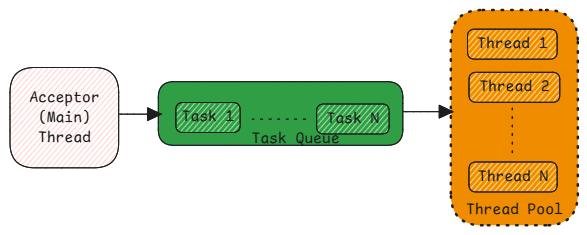
Before: static/img/threads.excalidraw.png, a diagram exported from Excalidraw (swaroopar/inprogress-engineer). Source tidied: one line per element, renumbered; positions are measured from the earlier drawing's top-left corner, leaving out a move shared by most shapes. The source it was exported from:
```json
{"id": 0, "type": "rectangle", "strokeColor": "#1e1e1e", "backgroundColor": "#f08c00", "fillStyle": "solid", "strokeWidth": 2, "strokeStyle": "dotted", "roughness": 0, "round": true, "x": 441, "y": 0, "width": 127, "height": 215}
{"id": 1, "type": "text", "text": "Thread Pool", "strokeColor": "#1e1e1e", "strokeWidth": 2, "strokeStyle": "dotted", "roughness": 1, "fontSize": 16, "fontFamily": 8, "textAlign": "center", "verticalAlign": "bottom", "inside": 0, "x": 456, "y": 190, "width": 97, "height": 20}
{"id": 2, "type": "rectangle", "strokeColor": "#1e1e1e", "backgroundColor": "#ffec99", "fillStyle": "hachure", "strokeWidth": 1, "roughness": 0, "round": true, "x": 458, "y": 19, "width": 90, "height": 30}
{"id": 3, "type": "text", "text": "Thread 1", "strokeColor": "#1e1e1e", "strokeWidth": 1, "roughness": 1, "fontSize": 16, "fontFamily": 8, "textAlign": "center", "verticalAlign": "middle", "inside": 2, "x": 467, "y": 24, "width": 70, "height": 20}
{"id": 4, "type": "rectangle", "strokeColor": "#1e1e1e", "backgroundColor": "#ffec99", "fillStyle": "hachure", "strokeWidth": 1, "roughness": 0, "round": true, "x": 459, "y": 152, "width": 88, "height": 30}
{"id": 5, "type": "text", "text": "Thread N", "strokeColor": "#1e1e1e", "strokeWidth": 1, "roughness": 1, "fontSize": 16, "fontFamily": 8, "textAlign": "center", "verticalAlign": "middle", "inside": 4, "x": 468, "y": 157, "width": 70, "height": 20}
{"id": 6, "type": "rectangle", "strokeColor": "#1e1e1e", "backgroundColor": "#ffec99", "fillStyle": "hachure", "strokeWidth": 1, "roughness": 0, "round": true, "x": 459, "y": 62, "width": 91, "height": 30}
{"id": 7, "type": "text", "text": "Thread 2", "strokeColor": "#1e1e1e", "strokeWidth": 1, "roughness": 1, "fontSize": 16, "fontFamily": 8, "textAlign": "center", "verticalAlign": "middle", "inside": 6, "x": 469, "y": 67, "width": 70, "height": 20}
{"id": 8, "type": "line", "strokeColor": "#1e1e1e", "strokeWidth": 1, "strokeStyle": "dotted", "roughness": 0, "endArrowhead": "triangle", "round": true, "x": 502, "y": 98, "width": 0, "height": 51, "points": [[0, 0], [0, 51]]}
{"id": 9, "type": "rectangle", "strokeColor": "#1e1e1e", "backgroundColor": "#2f9e44", "fillStyle": "solid", "strokeWidth": 1, "roughness": 0, "round": true, "x": 148, "y": 72, "width": 244, "height": 64}
{"id": 10, "type": "rectangle", "strokeColor": "#1e1e1e", "backgroundColor": "#b2f2bb", "fillStyle": "hachure", "strokeWidth": 1, "roughness": 0, "round": true, "x": 166, "y": 92, "width": 64, "height": 30}
{"id": 11, "type": "text", "text": "Task 1", "strokeColor": "#1e1e1e", "strokeWidth": 1, "roughness": 0, "fontSize": 16, "fontFamily": 8, "textAlign": "center", "verticalAlign": "middle", "inside": 10, "x": 172, "y": 97, "width": 53, "height": 20}
{"id": 12, "type": "rectangle", "strokeColor": "#1e1e1e", "backgroundColor": "#b2f2bb", "fillStyle": "hachure", "strokeWidth": 1, "roughness": 0, "round": true, "x": 307, "y": 94, "width": 73, "height": 30}
{"id": 13, "type": "text", "text": "Task N", "strokeColor": "#1e1e1e", "strokeWidth": 1, "roughness": 0, "fontSize": 16, "fontFamily": 8, "textAlign": "center", "verticalAlign": "middle", "inside": 12, "x": 316, "y": 99, "width": 53, "height": 20}
{"id": 14, "type": "line", "strokeColor": "#1e1e1e", "strokeWidth": 1, "strokeStyle": "dotted", "roughness": 0, "endArrowhead": "triangle", "round": true, "x": 242, "y": 109, "width": 56, "height": 0, "points": [[0, 0], [56, 0]]}
{"id": 15, "type": "rectangle", "strokeColor": "#1e1e1e", "backgroundColor": "#ffc9c9", "fillStyle": "hachure", "strokeWidth": 1, "roughness": 0, "round": true, "x": 0, "y": 57, "width": 109, "height": 100}
{"id": 16, "type": "text", "text": "Acceptor\n(Main)\nThread", "strokeColor": "#1e1e1e", "strokeWidth": 1, "strokeStyle": "dotted", "roughness": 0, "fontSize": 16, "fontFamily": 8, "textAlign": "center", "verticalAlign": "middle", "inside": 15, "x": 19, "y": 78, "width": 70, "height": 60}
{"id": 17, "type": "arrow", "strokeColor": "#1e1e1e", "strokeWidth": 1, "roughness": 0, "endArrowhead": "triangle", "round": true, "x": 109, "y": 104, "width": 42, "height": 0, "points": [[0, 0], [42, 0]]}
{"id": 18, "type": "arrow", "strokeColor": "#1e1e1e", "strokeWidth": 1, "roughness": 0, "endArrowhead": "triangle", "round": true, "x": 393, "y": 102, "width": 49, "height": 0, "points": [[0, 0], [49, 0]]}
{"id": 19, "type": "text", "text": "Task Queue", "strokeColor": "#1e1e1e", "backgroundColor": "#f08c00", "fillStyle": "solid", "strokeWidth": 1, "roughness": 0, "fontSize": 16, "fontFamily": 8, "x": 241, "y": 119, "width": 88, "height": 20}
```
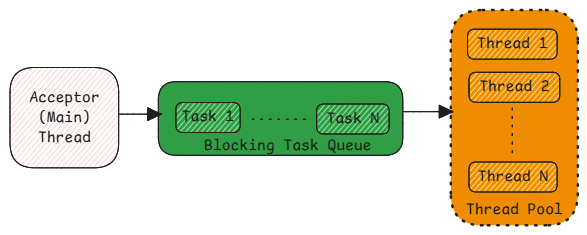
Above is the later version.

Commit message:
refactor java threads and stack docs

Diff of the diagram source:
```diff
@@ -7,7 +7,7 @@
 {"id": 6, "type": "rectangle", "strokeColor": "#1e1e1e", "backgroundColor": "#ffec99", "fillStyle": "hachure", "strokeWidth": 1, "roughness": 0, "round": true, "x": 459, "y": 62, "width": 91, "height": 30}
 {"id": 7, "type": "text", "text": "Thread 2", "strokeColor": "#1e1e1e", "strokeWidth": 1, "roughness": 1, "fontSize": 16, "fontFamily": 8, "textAlign": "center", "verticalAlign": "middle", "inside": 6, "x": 469, "y": 67, "width": 70, "height": 20}
 {"id": 8, "type": "line", "strokeColor": "#1e1e1e", "strokeWidth": 1, "strokeStyle": "dotted", "roughness": 0, "endArrowhead": "triangle", "round": true, "x": 502, "y": 98, "width": 0, "height": 51, "points": [[0, 0], [0, 51]]}
-{"id": 9, "type": "rectangle", "strokeColor": "#1e1e1e", "backgroundColor": "#2f9e44", "fillStyle": "solid", "strokeWidth": 1, "roughness": 0, "round": true, "x": 148, "y": 72, "width": 244, "height": 64}
+{"id": 9, "type": "rectangle", "strokeColor": "#1e1e1e", "backgroundColor": "#2f9e44", "fillStyle": "solid", "strokeWidth": 1, "roughness": 0, "round": true, "x": 148, "y": 72, "width": 244, "height": 74}
 {"id": 10, "type": "rectangle", "strokeColor": "#1e1e1e", "backgroundColor": "#b2f2bb", "fillStyle": "hachure", "strokeWidth": 1, "roughness": 0, "round": true, "x": 166, "y": 92, "width": 64, "height": 30}
 {"id": 11, "type": "text", "text": "Task 1", "strokeColor": "#1e1e1e", "strokeWidth": 1, "roughness": 0, "fontSize": 16, "fontFamily": 8, "textAlign": "center", "verticalAlign": "middle", "inside": 10, "x": 172, "y": 97, "width": 53, "height": 20}
 {"id": 12, "type": "rectangle", "strokeColor": "#1e1e1e", "backgroundColor": "#b2f2bb", "fillStyle": "hachure", "strokeWidth": 1, "roughness": 0, "round": true, "x": 307, "y": 94, "width": 73, "height": 30}
@@ -17,4 +17,4 @@
 {"id": 16, "type": "text", "text": "Acceptor\n(Main)\nThread", "strokeColor": "#1e1e1e", "strokeWidth": 1, "strokeStyle": "dotted", "roughness": 0, "fontSize": 16, "fontFamily": 8, "textAlign": "center", "verticalAlign": "middle", "inside": 15, "x": 19, "y": 78, "width": 70, "height": 60}
 {"id": 17, "type": "arrow", "strokeColor": "#1e1e1e", "strokeWidth": 1, "roughness": 0, "endArrowhead": "triangle", "round": true, "x": 109, "y": 104, "width": 42, "height": 0, "points": [[0, 0], [42, 0]]}
 {"id": 18, "type": "arrow", "strokeColor": "#1e1e1e", "strokeWidth": 1, "roughness": 0, "endArrowhead": "triangle", "round": true, "x": 393, "y": 102, "width": 49, "height": 0, "points": [[0, 0], [49, 0]]}
-{"id": 19, "type": "text", "text": "Task Queue", "strokeColor": "#1e1e1e", "backgroundColor": "#f08c00", "fillStyle": "solid", "strokeWidth": 1, "roughness": 0, "fontSize": 16, "fontFamily": 8, "x": 241, "y": 119, "width": 88, "height": 20}
+{"id": 19, "type": "text", "text": "Blocking Task Queue", "strokeColor": "#1e1e1e", "backgroundColor": "#f08c00", "fillStyle": "solid", "strokeWidth": 1, "roughness": 0, "fontSize": 16, "fontFamily": 8, "x": 194, "y": 126, "width": 167, "height": 20}
```
